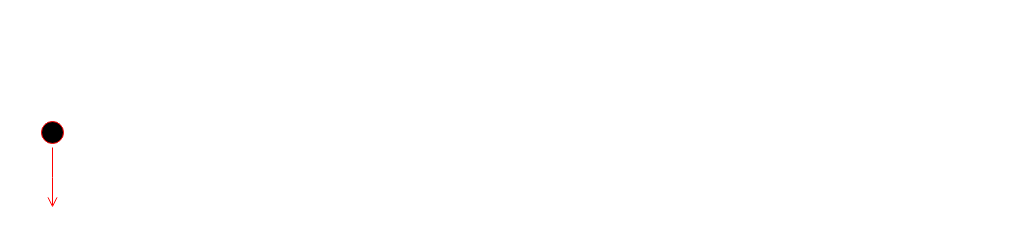
The draw.io diagram page "Battle" (2 of 3) of RASD/state_diagrams/diagrams.drawio in pontig/sw-eng-2-PasiniPontiggiaStasi, before the edit. Source tidied: cells renumbered, new cells numbered last; positions are measured from the earlier drawing's top-left corner, leaving out a move shared by most shapes. Both pictures are drawn from the tidied source at 100%, with x=0, y=0 at pixel (37, 117).
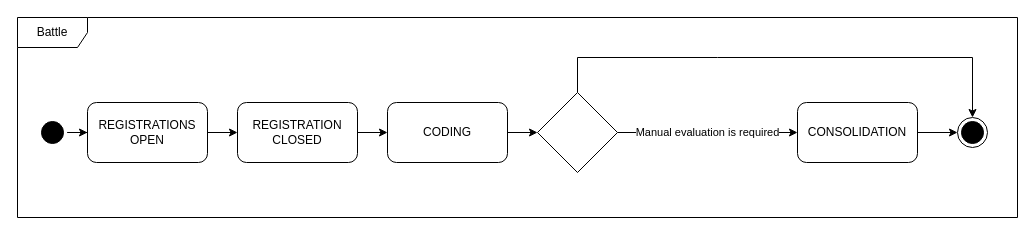
The same diagram, later.

Diff of the diagram source:
```diff
@@
 <mxGraphModel>
   <root>
     <mxCell id="0" />
     <mxCell id="1" parent="0" />
+    <mxCell id="4" style="edgeStyle=orthogonalEdgeStyle;rounded=0;jettySize=auto;html=1;strokeColor=#000000;" parent="1" edge="1" source="2" target="6">
+      <mxGeometry relative="1" as="geometry" />
+    </mxCell>
-    <mxCell id="2" style="ellipse;html=1;shape=startState;fillColor=#000000;strokeColor=#ff0000;" parent="1" vertex="1">
+    <mxCell id="2" style="ellipse;html=1;shape=startState;fillColor=#000000;strokeColor=#000000;" parent="1" vertex="1">
       <mxGeometry width="30" height="30" as="geometry" />
     </mxCell>
-    <mxCell id="3" style="edgeStyle=orthogonalEdgeStyle;html=1;verticalAlign=bottom;endArrow=open;endSize=8;strokeColor=#ff0000;rounded=0;" parent="1" edge="1" source="2">
-      <mxGeometry relative="1" as="geometry">
-        <mxPoint x="15" y="90" as="targetPoint" />
-      </mxGeometry>
-    </mxCell>
+    <mxCell id="5" style="edgeStyle=orthogonalEdgeStyle;rounded=0;jettySize=auto;html=1;" parent="1" edge="1" source="6" target="8">
+      <mxGeometry relative="1" as="geometry" />
+    </mxCell>
+    <mxCell id="6" value="REGISTRATIONS OPEN" style="rounded=1;whiteSpace=wrap;html=1;" parent="1" vertex="1">
+      <mxGeometry x="50" y="-15" width="120" height="60" as="geometry" />
+    </mxCell>
+    <mxCell id="7" style="edgeStyle=orthogonalEdgeStyle;rounded=0;jettySize=auto;html=1;" parent="1" edge="1" source="8" target="10">
+      <mxGeometry relative="1" as="geometry" />
+    </mxCell>
+    <mxCell id="8" value="REGISTRATION CLOSED" style="rounded=1;whiteSpace=wrap;html=1;" parent="1" vertex="1">
+      <mxGeometry x="200" y="-15" width="120" height="60" as="geometry" />
+    </mxCell>
+    <mxCell id="9" style="edgeStyle=orthogonalEdgeStyle;rounded=0;jettySize=auto;html=1;" parent="1" edge="1" source="10" target="13">
+      <mxGeometry relative="1" as="geometry" />
+    </mxCell>
+    <mxCell id="10" value="CODING" style="rounded=1;whiteSpace=wrap;html=1;" parent="1" vertex="1">
+      <mxGeometry x="350" y="-15" width="120" height="60" as="geometry" />
+    </mxCell>
+    <mxCell id="11" value="Manual evaluation is required" style="edgeStyle=orthogonalEdgeStyle;rounded=0;jettySize=auto;html=1;" parent="1" edge="1" source="13" target="15">
+      <mxGeometry relative="1" as="geometry" />
+    </mxCell>
+    <mxCell id="12" style="edgeStyle=orthogonalEdgeStyle;rounded=0;jettySize=auto;html=1;" parent="1" edge="1" source="13" target="16">
+      <mxGeometry relative="1" as="geometry">
+        <Array as="points">
+          <mxPoint x="680" y="-60" />
+          <mxPoint x="1155" y="-60" />
+        </Array>
+      </mxGeometry>
+    </mxCell>
+    <mxCell id="13" style="rhombus;whiteSpace=wrap;html=1;" parent="1" vertex="1">
+      <mxGeometry x="500" y="-25" width="80" height="80" as="geometry" />
+    </mxCell>
+    <mxCell id="14" style="edgeStyle=orthogonalEdgeStyle;rounded=0;jettySize=auto;html=1;" parent="1" edge="1" source="15" target="16">
+      <mxGeometry relative="1" as="geometry" />
+    </mxCell>
+    <mxCell id="15" value="CONSOLIDATION" style="rounded=1;whiteSpace=wrap;html=1;" parent="1" vertex="1">
+      <mxGeometry x="760" y="-15" width="120" height="60" as="geometry" />
+    </mxCell>
+    <mxCell id="16" style="ellipse;html=1;shape=endState;fillColor=#000000;strokeColor=#000000;" parent="1" vertex="1">
+      <mxGeometry x="920" width="30" height="30" as="geometry" />
+    </mxCell>
+    <mxCell id="17" value="Battle" style="shape=umlFrame;whiteSpace=wrap;html=1;width=70;height=30;" parent="1" vertex="1">
+      <mxGeometry x="-20" y="-100" width="1000" height="200" as="geometry" />
+    </mxCell>
   </root>
 </mxGraphModel>
```
